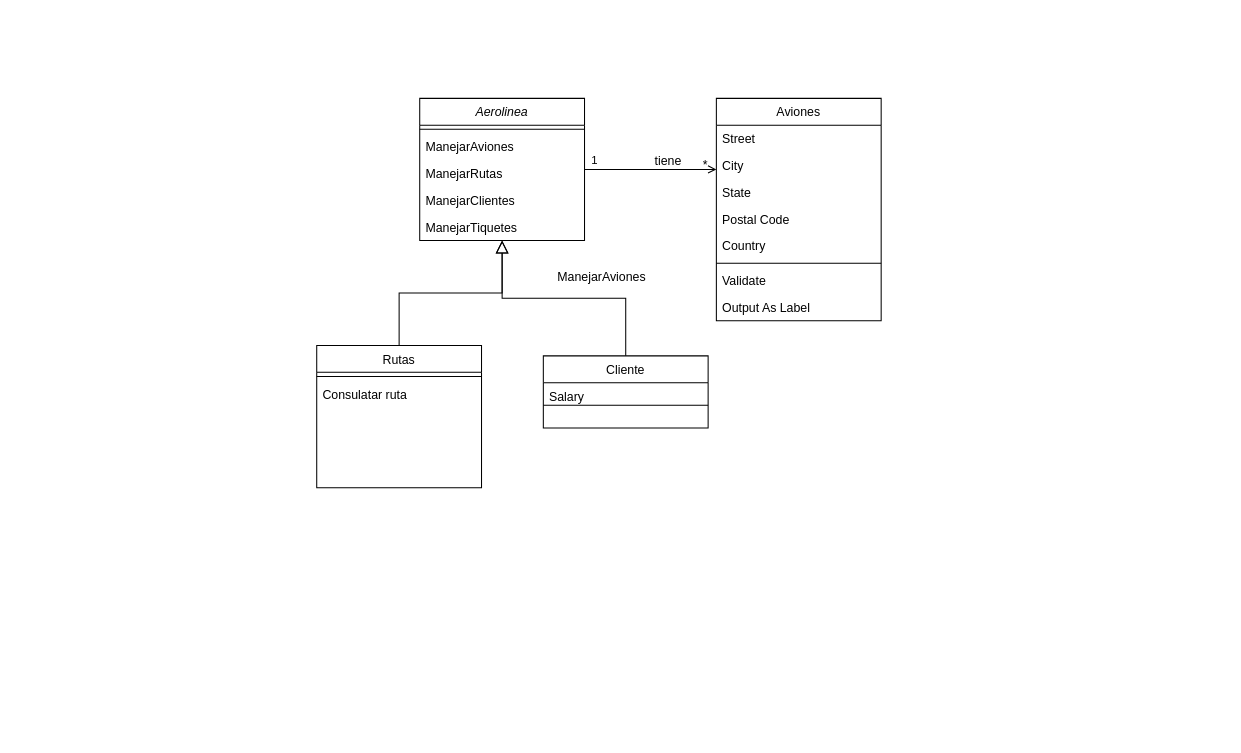
IngSeb0/Taller-5-DPOO keeps this draw.io diagram as Diagrama sin título.drawio. Above is the earlier version. Source tidied: cells renumbered, new cells numbered last; positions are measured from the earlier drawing's top-left corner, leaving out a move shared by most shapes. Both pictures are drawn from the tidied source at 103%, with x=0, y=0 at pixel (316, 98).
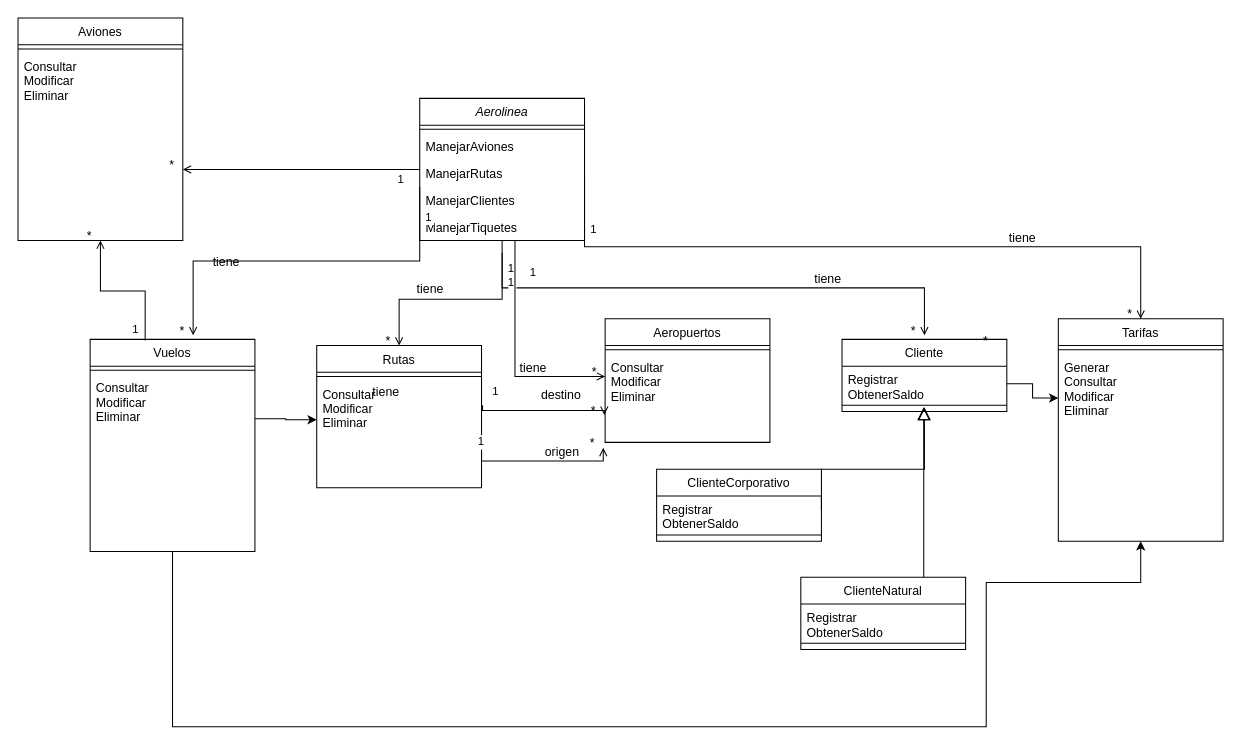
After the change.

The change refers to these unchanged cells:
```xml
<mxCell id="2" value="Aerolinea" style="swimlane;fontStyle=2;align=center;verticalAlign=top;horizontal=1;startSize=26;rounded=0;shadow=0;strokeWidth=1;" parent="1" vertex="1">
  <mxGeometry x="100" width="160" height="138" as="geometry" />
</mxCell>
<mxCell id="5" value="ManejarRutas" style="text;align=left;verticalAlign=top;spacingLeft=4;spacingRight=4;overflow=hidden;points=[[0,0.5],[1,0.5]];portConstraint=eastwest;" parent="2" vertex="1">
  <mxGeometry y="60" width="160" height="26" as="geometry" />
</mxCell>
<mxCell id="7" value="ManejarTiquetes" style="text;align=left;verticalAlign=top;spacingLeft=4;spacingRight=4;overflow=hidden;points=[[0,0.5],[1,0.5]];portConstraint=eastwest;" parent="2" vertex="1">
  <mxGeometry y="112" width="160" height="26" as="geometry" />
</mxCell>
<mxCell id="8" value="Rutas" style="swimlane;fontStyle=0;align=center;verticalAlign=top;horizontal=1;startSize=26;rounded=0;shadow=0;strokeWidth=1;" parent="1" vertex="1">
  <mxGeometry y="240" width="160" height="138" as="geometry" />
</mxCell>
```

The edit, as a diff of the source:
```diff
@@
-    <mxCell id="10" value="Consulatar ruta" style="text;align=left;verticalAlign=top;spacingLeft=4;spacingRight=4;overflow=hidden;points=[[0,0.5],[1,0.5]];portConstraint=eastwest;" parent="8" vertex="1">
-      <mxGeometry y="34" width="160" height="26" as="geometry" />
+    <mxCell id="10" value="Consultar&#10;Modificar&#10;Eliminar" style="text;align=left;verticalAlign=top;spacingLeft=4;spacingRight=4;overflow=hidden;points=[[0,0.5],[1,0.5]];portConstraint=eastwest;" parent="8" vertex="1">
+      <mxGeometry y="34" width="160" height="76" as="geometry" />
     </mxCell>
-    <mxCell id="11" style="endArrow=block;endSize=10;endFill=0;shadow=0;strokeWidth=1;rounded=0;curved=0;edgeStyle=elbowEdgeStyle;elbow=vertical;" parent="1" edge="1" source="8" target="2">
-      <mxGeometry relative="1" as="geometry" />
-    </mxCell>
     <mxCell id="12" value="Cliente" style="swimlane;fontStyle=0;align=center;verticalAlign=top;horizontal=1;startSize=26;rounded=0;shadow=0;strokeWidth=1;" parent="1" vertex="1">
-      <mxGeometry x="220" y="250" width="160" height="70" as="geometry" />
+      <mxGeometry x="510" y="234" width="160" height="70" as="geometry" />
     </mxCell>
-    <mxCell id="13" value="Salary" style="text;align=left;verticalAlign=top;spacingLeft=4;spacingRight=4;overflow=hidden;points=[[0,0.5],[1,0.5]];portConstraint=eastwest;" parent="12" vertex="1">
-      <mxGeometry y="26" width="160" height="18" as="geometry" />
+    <mxCell id="13" value="Registrar&#10;ObtenerSaldo" style="text;align=left;verticalAlign=top;spacingLeft=4;spacingRight=4;overflow=hidden;points=[[0,0.5],[1,0.5]];portConstraint=eastwest;" parent="12" vertex="1">
+      <mxGeometry y="26" width="160" height="34" as="geometry" />
     </mxCell>
     <mxCell id="14" style="line;html=1;strokeWidth=1;align=left;verticalAlign=middle;spacingTop=-1;spacingLeft=3;spacingRight=3;labelPosition=right;" parent="12" vertex="1">
-      <mxGeometry y="44" width="160" height="8" as="geometry" />
+      <mxGeometry y="60" width="160" height="8" as="geometry" />
     </mxCell>
-    <mxCell id="15" style="endArrow=block;endSize=10;endFill=0;shadow=0;strokeWidth=1;rounded=0;curved=0;edgeStyle=elbowEdgeStyle;elbow=vertical;" parent="1" edge="1" source="12" target="2">
-      <mxGeometry relative="1" as="geometry" />
-    </mxCell>
     <mxCell id="16" value="Aviones" style="swimlane;fontStyle=0;align=center;verticalAlign=top;horizontal=1;startSize=26;rounded=0;shadow=0;strokeWidth=1;" parent="1" vertex="1">
-      <mxGeometry x="388" width="160" height="216" as="geometry" />
+      <mxGeometry x="-290" y="-78" width="160" height="216" as="geometry" />
     </mxCell>
-    <mxCell id="17" value="Street" style="text;align=left;verticalAlign=top;spacingLeft=4;spacingRight=4;overflow=hidden;" parent="16" vertex="1">
-      <mxGeometry y="26" width="160" height="26" as="geometry" />
-    </mxCell>
-    <mxCell id="18" value="City" style="text;align=left;verticalAlign=top;spacingLeft=4;spacingRight=4;overflow=hidden;rounded=0;shadow=0;html=0;" parent="16" vertex="1">
-      <mxGeometry y="52" width="160" height="26" as="geometry" />
-    </mxCell>
-    <mxCell id="19" value="State" style="text;align=left;verticalAlign=top;spacingLeft=4;spacingRight=4;overflow=hidden;rounded=0;shadow=0;html=0;" parent="16" vertex="1">
-      <mxGeometry y="78" width="160" height="26" as="geometry" />
-    </mxCell>
-    <mxCell id="20" value="Postal Code" style="text;align=left;verticalAlign=top;spacingLeft=4;spacingRight=4;overflow=hidden;rounded=0;shadow=0;html=0;" parent="16" vertex="1">
-      <mxGeometry y="104" width="160" height="26" as="geometry" />
-    </mxCell>
-    <mxCell id="21" value="Country" style="text;align=left;verticalAlign=top;spacingLeft=4;spacingRight=4;overflow=hidden;rounded=0;shadow=0;html=0;" parent="16" vertex="1">
-      <mxGeometry y="130" width="160" height="26" as="geometry" />
-    </mxCell>
     <mxCell id="22" style="line;html=1;strokeWidth=1;align=left;verticalAlign=middle;spacingTop=-1;spacingLeft=3;spacingRight=3;labelPosition=right;" parent="16" vertex="1">
-      <mxGeometry y="156" width="160" height="8" as="geometry" />
+      <mxGeometry y="26" width="160" height="8" as="geometry" />
     </mxCell>
-    <mxCell id="23" value="Validate" style="text;align=left;verticalAlign=top;spacingLeft=4;spacingRight=4;overflow=hidden;" parent="16" vertex="1">
-      <mxGeometry y="164" width="160" height="26" as="geometry" />
-    </mxCell>
-    <mxCell id="24" value="Output As Label" style="text;align=left;verticalAlign=top;spacingLeft=4;spacingRight=4;overflow=hidden;" parent="16" vertex="1">
-      <mxGeometry y="190" width="160" height="26" as="geometry" />
+    <mxCell id="24" value="Consultar&#10;Modificar&#10;Eliminar" style="text;align=left;verticalAlign=top;spacingLeft=4;spacingRight=4;overflow=hidden;" parent="16" vertex="1">
+      <mxGeometry y="34" width="160" height="86" as="geometry" />
     </mxCell>
@@
-    <mxCell id="28" value="ManejarAviones" style="text;align=left;verticalAlign=top;spacingLeft=4;spacingRight=4;overflow=hidden;" parent="1" vertex="1">
-      <mxGeometry x="228" y="160" width="160" height="26" as="geometry" />
-    </mxCell>
+    <mxCell id="29" value="1" style="endArrow=open;shadow=0;strokeWidth=1;rounded=0;curved=0;endFill=1;edgeStyle=elbowEdgeStyle;elbow=vertical;" parent="1" edge="1" source="7">
+      <mxGeometry x="-0.84" y="9" relative="1" as="geometry">
+        <mxPoint x="590" y="230" as="targetPoint" />
+      </mxGeometry>
+    </mxCell>
+    <mxCell id="30" value="*" style="align=right;verticalAlign=bottom;labelBackgroundColor=none;fontSize=12;" parent="29" vertex="1">
+      <mxGeometry x="1" relative="1" as="geometry">
+        <mxPoint x="-7" y="4" as="offset" />
+      </mxGeometry>
+    </mxCell>
+    <mxCell id="31" value="tiene" style="text;html=1;align=center;verticalAlign=middle;labelBackgroundColor=none;rounded=0;shadow=0;strokeWidth=1;fontSize=12;" parent="29" vertex="1">
+      <mxGeometry x="0.5" y="49" relative="1" as="geometry">
+        <mxPoint x="-16" y="40" as="offset" />
+      </mxGeometry>
+    </mxCell>
+    <mxCell id="32" style="endArrow=block;endSize=10;endFill=0;shadow=0;strokeWidth=1;rounded=0;curved=0;edgeStyle=elbowEdgeStyle;elbow=vertical;exitX=0.746;exitY=0.071;exitDx=0;exitDy=0;exitPerimeter=0;" parent="1" edge="1" source="37">
+      <mxGeometry relative="1" as="geometry">
+        <mxPoint x="589.3" y="300" as="targetPoint" />
+        <Array as="points">
+          <mxPoint x="779.3" y="360" />
+        </Array>
+      </mxGeometry>
+    </mxCell>
+    <mxCell id="33" style="endArrow=block;endSize=10;endFill=0;shadow=0;strokeWidth=1;rounded=0;curved=0;edgeStyle=elbowEdgeStyle;elbow=vertical;" parent="1" edge="1">
+      <mxGeometry relative="1" as="geometry">
+        <mxPoint x="490" y="400" as="sourcePoint" />
+        <mxPoint x="590" y="300" as="targetPoint" />
+        <Array as="points">
+          <mxPoint x="530" y="360" />
+        </Array>
+      </mxGeometry>
+    </mxCell>
+    <mxCell id="34" value="ClienteCorporativo" style="swimlane;fontStyle=0;align=center;verticalAlign=top;horizontal=1;startSize=26;rounded=0;shadow=0;strokeWidth=1;" parent="1" vertex="1">
+      <mxGeometry x="330" y="360" width="160" height="70" as="geometry" />
+    </mxCell>
+    <mxCell id="35" value="Registrar&#10;ObtenerSaldo" style="text;align=left;verticalAlign=top;spacingLeft=4;spacingRight=4;overflow=hidden;" parent="34" vertex="1">
+      <mxGeometry y="26" width="160" height="34" as="geometry" />
+    </mxCell>
+    <mxCell id="36" style="line;html=1;strokeWidth=1;align=left;verticalAlign=middle;spacingTop=-1;spacingLeft=3;spacingRight=3;labelPosition=right;" parent="34" vertex="1">
+      <mxGeometry y="60" width="160" height="8" as="geometry" />
+    </mxCell>
+    <mxCell id="37" value="ClienteNatural" style="swimlane;fontStyle=0;align=center;verticalAlign=top;horizontal=1;startSize=26;rounded=0;shadow=0;strokeWidth=1;" parent="1" vertex="1">
+      <mxGeometry x="470" y="465" width="160" height="70" as="geometry" />
+    </mxCell>
+    <mxCell id="38" value="Registrar&#10;ObtenerSaldo" style="text;align=left;verticalAlign=top;spacingLeft=4;spacingRight=4;overflow=hidden;" parent="37" vertex="1">
+      <mxGeometry y="26" width="160" height="34" as="geometry" />
+    </mxCell>
+    <mxCell id="39" style="line;html=1;strokeWidth=1;align=left;verticalAlign=middle;spacingTop=-1;spacingLeft=3;spacingRight=3;labelPosition=right;" parent="37" vertex="1">
+      <mxGeometry y="60" width="160" height="8" as="geometry" />
+    </mxCell>
+    <mxCell id="40" value="Tarifas" style="swimlane;fontStyle=0;align=center;verticalAlign=top;horizontal=1;startSize=26;rounded=0;shadow=0;strokeWidth=1;" parent="1" vertex="1">
+      <mxGeometry x="720" y="214" width="160" height="216" as="geometry" />
+    </mxCell>
+    <mxCell id="41" style="line;html=1;strokeWidth=1;align=left;verticalAlign=middle;spacingTop=-1;spacingLeft=3;spacingRight=3;labelPosition=right;" parent="40" vertex="1">
+      <mxGeometry y="26" width="160" height="8" as="geometry" />
+    </mxCell>
+    <mxCell id="42" value="Generar&#10;Consultar&#10;Modificar&#10;Eliminar" style="text;align=left;verticalAlign=top;spacingLeft=4;spacingRight=4;overflow=hidden;points=[[0,0.5],[1,0.5]];portConstraint=eastwest;" parent="40" vertex="1">
+      <mxGeometry y="34" width="160" height="86" as="geometry" />
+    </mxCell>
+    <mxCell id="43" value="1" style="endArrow=open;shadow=0;strokeWidth=1;rounded=0;curved=0;endFill=1;edgeStyle=elbowEdgeStyle;elbow=vertical;exitX=1;exitY=0.5;exitDx=0;exitDy=0;" parent="1" edge="1" source="5" target="40">
+      <mxGeometry x="-0.84" y="9" relative="1" as="geometry" />
+    </mxCell>
+    <mxCell id="44" value="*" style="align=right;verticalAlign=bottom;labelBackgroundColor=none;fontSize=12;" parent="43" vertex="1">
+      <mxGeometry x="1" relative="1" as="geometry">
+        <mxPoint x="-7" y="4" as="offset" />
+      </mxGeometry>
+    </mxCell>
+    <mxCell id="45" value="tiene" style="text;html=1;align=center;verticalAlign=middle;labelBackgroundColor=none;rounded=0;shadow=0;strokeWidth=1;fontSize=12;" parent="43" vertex="1">
+      <mxGeometry x="0.5" y="49" relative="1" as="geometry">
+        <mxPoint x="-16" y="40" as="offset" />
+      </mxGeometry>
+    </mxCell>
+    <mxCell id="46" value="1" style="endArrow=open;shadow=0;strokeWidth=1;rounded=0;curved=0;endFill=1;edgeStyle=elbowEdgeStyle;elbow=vertical;entryX=0.5;entryY=0;entryDx=0;entryDy=0;" parent="1" edge="1" target="8">
+      <mxGeometry x="-0.84" y="9" relative="1" as="geometry">
+        <mxPoint x="180" y="150" as="sourcePoint" />
+      </mxGeometry>
+    </mxCell>
+    <mxCell id="47" value="*" style="align=right;verticalAlign=bottom;labelBackgroundColor=none;fontSize=12;" parent="46" vertex="1">
+      <mxGeometry x="1" relative="1" as="geometry">
+        <mxPoint x="-7" y="4" as="offset" />
+      </mxGeometry>
+    </mxCell>
+    <mxCell id="48" value="tiene" style="text;html=1;align=center;verticalAlign=middle;labelBackgroundColor=none;rounded=0;shadow=0;strokeWidth=1;fontSize=12;" parent="46" vertex="1">
+      <mxGeometry x="0.5" y="49" relative="1" as="geometry">
+        <mxPoint x="-16" y="40" as="offset" />
+      </mxGeometry>
+    </mxCell>
+    <mxCell id="49" value="tiene" style="text;html=1;align=center;verticalAlign=middle;labelBackgroundColor=none;rounded=0;shadow=0;strokeWidth=1;fontSize=12;" parent="1" vertex="1">
+      <mxGeometry x="290" y="190" as="geometry">
+        <mxPoint x="-181" y="-6" as="offset" />
+      </mxGeometry>
+    </mxCell>
+    <mxCell id="50" value="*" style="align=right;verticalAlign=bottom;labelBackgroundColor=none;fontSize=12;" parent="1" vertex="1">
+      <mxGeometry x="653" y="244.1" as="geometry" />
+    </mxCell>
+    <mxCell id="51" value="Aeropuertos" style="swimlane;fontStyle=0;align=center;verticalAlign=top;horizontal=1;startSize=26;rounded=0;shadow=0;strokeWidth=1;" parent="1" vertex="1">
+      <mxGeometry x="280" y="214" width="160" height="120" as="geometry" />
+    </mxCell>
+    <mxCell id="52" style="line;html=1;strokeWidth=1;align=left;verticalAlign=middle;spacingTop=-1;spacingLeft=3;spacingRight=3;labelPosition=right;" parent="51" vertex="1">
+      <mxGeometry y="26" width="160" height="8" as="geometry" />
+    </mxCell>
+    <mxCell id="53" value="Consultar&#10;Modificar&#10;Eliminar" style="text;align=left;verticalAlign=top;spacingLeft=4;spacingRight=4;overflow=hidden;points=[[0,0.5],[1,0.5]];portConstraint=eastwest;" parent="51" vertex="1">
+      <mxGeometry y="34" width="160" height="86" as="geometry" />
+    </mxCell>
+    <mxCell id="54" value="1" style="endArrow=open;shadow=0;strokeWidth=1;rounded=0;curved=0;endFill=1;edgeStyle=elbowEdgeStyle;elbow=vertical;exitX=0.578;exitY=0.993;exitDx=0;exitDy=0;exitPerimeter=0;" parent="1" edge="1" source="7" target="53">
+      <mxGeometry x="-0.71" y="18" relative="1" as="geometry">
+        <Array as="points">
+          <mxPoint x="230" y="270" />
+        </Array>
+        <mxPoint y="-1" as="offset" />
+      </mxGeometry>
+    </mxCell>
+    <mxCell id="55" value="*" style="align=right;verticalAlign=bottom;labelBackgroundColor=none;fontSize=12;" parent="54" vertex="1">
+      <mxGeometry x="1" relative="1" as="geometry">
+        <mxPoint x="-7" y="4" as="offset" />
+      </mxGeometry>
+    </mxCell>
+    <mxCell id="56" value="tiene" style="text;html=1;align=center;verticalAlign=middle;labelBackgroundColor=none;rounded=0;shadow=0;strokeWidth=1;fontSize=12;" parent="54" vertex="1">
+      <mxGeometry x="0.5" y="49" relative="1" as="geometry">
+        <mxPoint x="-16" y="40" as="offset" />
+      </mxGeometry>
+    </mxCell>
+    <mxCell id="57" style="edgeStyle=orthogonalEdgeStyle;rounded=0;jettySize=auto;html=1;exitX=0.5;exitY=1;exitDx=0;exitDy=0;entryX=0.5;entryY=1;entryDx=0;entryDy=0;" parent="1" edge="1" source="58" target="40">
+      <mxGeometry relative="1" as="geometry">
+        <Array as="points">
+          <mxPoint x="-140" y="610" />
+          <mxPoint x="650" y="610" />
+          <mxPoint x="650" y="470" />
+          <mxPoint x="800" y="470" />
+        </Array>
+      </mxGeometry>
+    </mxCell>
+    <mxCell id="58" value="Vuelos" style="swimlane;fontStyle=0;align=center;verticalAlign=top;horizontal=1;startSize=26;rounded=0;shadow=0;strokeWidth=1;" parent="1" vertex="1">
+      <mxGeometry x="-220" y="234" width="160" height="206" as="geometry" />
+    </mxCell>
+    <mxCell id="59" style="line;html=1;strokeWidth=1;align=left;verticalAlign=middle;spacingTop=-1;spacingLeft=3;spacingRight=3;labelPosition=right;" parent="58" vertex="1">
+      <mxGeometry y="26" width="160" height="8" as="geometry" />
+    </mxCell>
+    <mxCell id="60" value="Consultar&#10;Modificar&#10;Eliminar" style="text;align=left;verticalAlign=top;spacingLeft=4;spacingRight=4;overflow=hidden;points=[[0,0.5],[1,0.5]];portConstraint=eastwest;" parent="58" vertex="1">
+      <mxGeometry y="34" width="160" height="86" as="geometry" />
+    </mxCell>
+    <mxCell id="61" value="1" style="endArrow=open;shadow=0;strokeWidth=1;rounded=0;curved=0;endFill=1;edgeStyle=elbowEdgeStyle;elbow=vertical;exitX=1;exitY=0.5;exitDx=0;exitDy=0;" parent="1" edge="1">
+      <mxGeometry x="-0.84" y="9" relative="1" as="geometry">
+        <mxPoint x="100" y="86" as="sourcePoint" />
+        <mxPoint x="-120" y="230" as="targetPoint" />
+      </mxGeometry>
+    </mxCell>
+    <mxCell id="62" value="*" style="align=right;verticalAlign=bottom;labelBackgroundColor=none;fontSize=12;" parent="61" vertex="1">
+      <mxGeometry x="1" relative="1" as="geometry">
+        <mxPoint x="-7" y="4" as="offset" />
+      </mxGeometry>
+    </mxCell>
+    <mxCell id="63" style="edgeStyle=orthogonalEdgeStyle;rounded=0;jettySize=auto;html=1;" parent="1" edge="1" source="60" target="10">
+      <mxGeometry relative="1" as="geometry" />
+    </mxCell>
+    <mxCell id="64" value="1" style="endArrow=open;shadow=0;strokeWidth=1;rounded=0;curved=0;endFill=1;edgeStyle=elbowEdgeStyle;elbow=vertical;exitX=0.334;exitY=0.005;exitDx=0;exitDy=0;entryX=0.5;entryY=1;entryDx=0;entryDy=0;exitPerimeter=0;" parent="1" edge="1" source="58" target="16">
+      <mxGeometry x="-0.84" y="9" relative="1" as="geometry" />
+    </mxCell>
+    <mxCell id="65" value="*" style="align=right;verticalAlign=bottom;labelBackgroundColor=none;fontSize=12;" parent="64" vertex="1">
+      <mxGeometry x="1" relative="1" as="geometry">
+        <mxPoint x="-7" y="4" as="offset" />
+      </mxGeometry>
+    </mxCell>
+    <mxCell id="66" value="1" style="endArrow=open;shadow=0;strokeWidth=1;rounded=0;curved=0;endFill=1;edgeStyle=elbowEdgeStyle;elbow=vertical;exitX=0.578;exitY=0.993;exitDx=0;exitDy=0;exitPerimeter=0;entryX=-0.011;entryY=0.69;entryDx=0;entryDy=0;entryPerimeter=0;" parent="1" edge="1">
+      <mxGeometry x="-0.71" y="18" relative="1" as="geometry">
+        <mxPoint x="161" y="298" as="sourcePoint" />
+        <mxPoint x="279.2" y="307.3" as="targetPoint" />
+        <mxPoint y="-1" as="offset" />
+      </mxGeometry>
+    </mxCell>
+    <mxCell id="67" value="*" style="align=right;verticalAlign=bottom;labelBackgroundColor=none;fontSize=12;" parent="66" vertex="1">
+      <mxGeometry x="1" relative="1" as="geometry">
+        <mxPoint x="-7" y="4" as="offset" />
+      </mxGeometry>
+    </mxCell>
+    <mxCell id="68" value="destino&lt;div&gt;&lt;br&gt;&lt;/div&gt;" style="text;html=1;align=center;verticalAlign=middle;labelBackgroundColor=none;rounded=0;shadow=0;strokeWidth=1;fontSize=12;" parent="66" vertex="1">
+      <mxGeometry x="0.5" y="49" relative="1" as="geometry">
+        <mxPoint x="-16" y="40" as="offset" />
+      </mxGeometry>
+    </mxCell>
+    <mxCell id="69" value="1" style="endArrow=open;shadow=0;strokeWidth=1;rounded=0;curved=0;endFill=1;edgeStyle=elbowEdgeStyle;elbow=vertical;exitX=0.578;exitY=0.993;exitDx=0;exitDy=0;exitPerimeter=0;entryX=-0.011;entryY=0.69;entryDx=0;entryDy=0;entryPerimeter=0;" parent="1" edge="1">
+      <mxGeometry x="-0.71" y="18" relative="1" as="geometry">
+        <mxPoint x="160" y="330" as="sourcePoint" />
+        <mxPoint x="278.2" y="339.3" as="targetPoint" />
+        <Array as="points">
+          <mxPoint x="230" y="352" />
+        </Array>
+        <mxPoint y="-1" as="offset" />
+      </mxGeometry>
+    </mxCell>
+    <mxCell id="70" value="*" style="align=right;verticalAlign=bottom;labelBackgroundColor=none;fontSize=12;" parent="69" vertex="1">
+      <mxGeometry x="1" relative="1" as="geometry">
+        <mxPoint x="-7" y="4" as="offset" />
+      </mxGeometry>
+    </mxCell>
+    <mxCell id="71" value="origen" style="text;html=1;align=center;verticalAlign=middle;labelBackgroundColor=none;rounded=0;shadow=0;strokeWidth=1;fontSize=12;rotation=0;" parent="69" vertex="1">
+      <mxGeometry x="0.5" y="49" relative="1" as="geometry">
+        <mxPoint x="-16" y="40" as="offset" />
+      </mxGeometry>
+    </mxCell>
+    <mxCell id="72" style="edgeStyle=orthogonalEdgeStyle;rounded=0;jettySize=auto;html=1;" parent="1" edge="1" source="13" target="42">
+      <mxGeometry relative="1" as="geometry" />
+    </mxCell>
```
